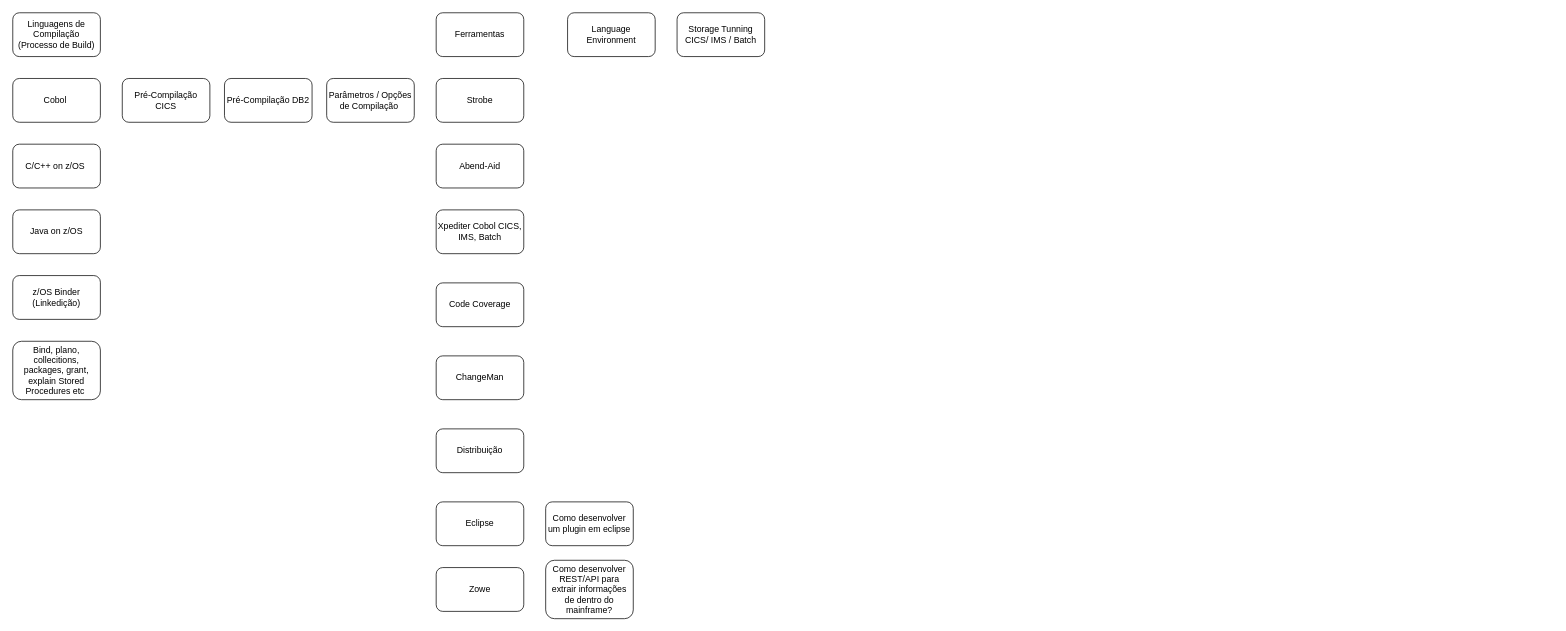
This is Untitled Diagram.drawio from dcelias/mainframe-things, a draw.io file, before an edit. Source tidied: cells renumbered, new cells numbered last; positions are measured from the earlier drawing's top-left corner, leaving out a move shared by most shapes. Both pictures are drawn from the tidied source at 73%, with x=0, y=0 at pixel (12, 12).
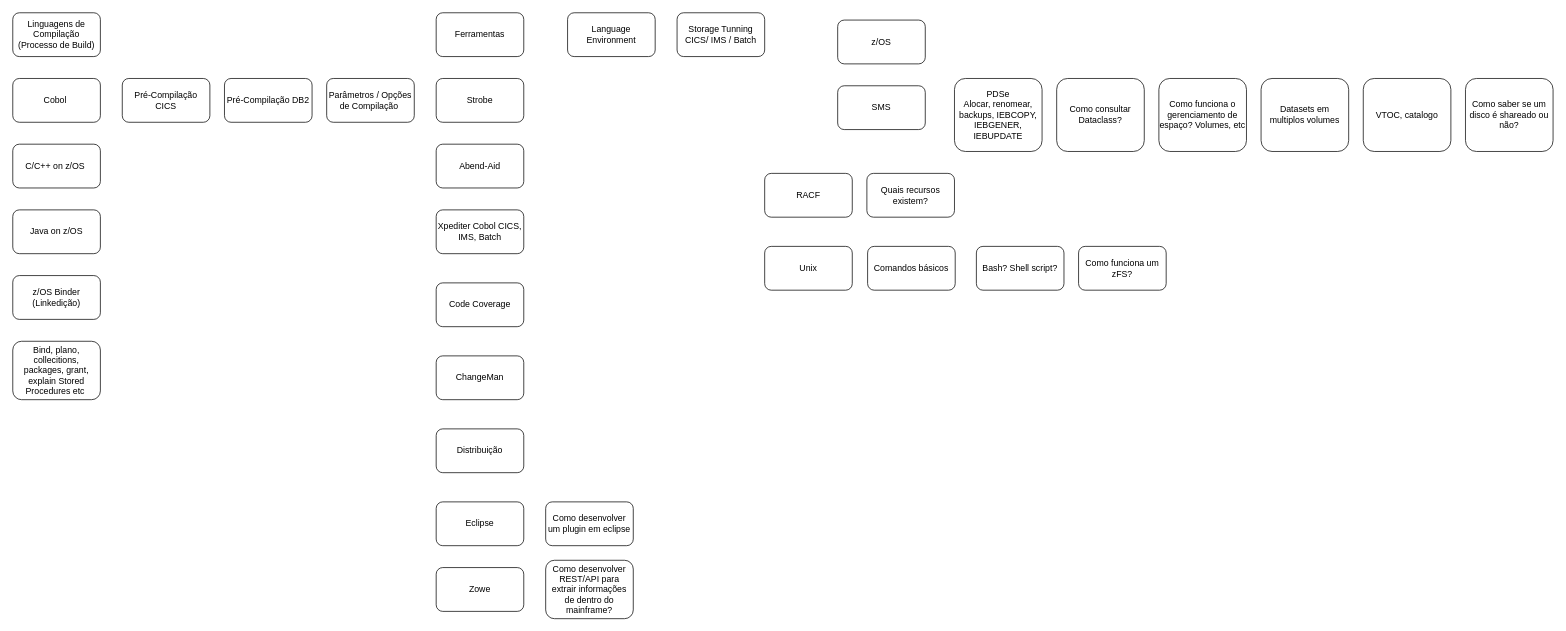
Above is the later version.

Diff of the diagram source:
```diff
@@
+    <mxCell id="24" value="z/OS" style="rounded=1;whiteSpace=wrap;html=1;" parent="1" vertex="1">
+      <mxGeometry x="1130" y="10" width="120" height="60" as="geometry" />
+    </mxCell>
+    <mxCell id="25" value="PDSe&lt;br&gt;Alocar, renomear, backups, IEBCOPY, IEBGENER, IEBUPDATE" style="rounded=1;whiteSpace=wrap;html=1;" parent="1" vertex="1">
+      <mxGeometry x="1290" y="90" width="120" height="100" as="geometry" />
+    </mxCell>
+    <mxCell id="26" value="Como consultar Dataclass?" style="rounded=1;whiteSpace=wrap;html=1;" parent="1" vertex="1">
+      <mxGeometry x="1430" y="90" width="120" height="100" as="geometry" />
+    </mxCell>
+    <mxCell id="27" value="SMS" style="rounded=1;whiteSpace=wrap;html=1;" parent="1" vertex="1">
+      <mxGeometry x="1130" y="100" width="120" height="60" as="geometry" />
+    </mxCell>
+    <mxCell id="28" value="RACF" style="rounded=1;whiteSpace=wrap;html=1;" parent="1" vertex="1">
+      <mxGeometry x="1030" y="220" width="120" height="60" as="geometry" />
+    </mxCell>
+    <mxCell id="29" value="Quais recursos existem?" style="rounded=1;whiteSpace=wrap;html=1;" parent="1" vertex="1">
+      <mxGeometry x="1170" y="220" width="120" height="60" as="geometry" />
+    </mxCell>
+    <mxCell id="30" value="Como funciona o gerenciamento de espaço? Volumes, etc" style="rounded=1;whiteSpace=wrap;html=1;" parent="1" vertex="1">
+      <mxGeometry x="1570" y="90" width="120" height="100" as="geometry" />
+    </mxCell>
+    <mxCell id="31" value="Datasets em multiplos volumes" style="rounded=1;whiteSpace=wrap;html=1;" parent="1" vertex="1">
+      <mxGeometry x="1710" y="90" width="120" height="100" as="geometry" />
+    </mxCell>
+    <mxCell id="32" value="VTOC, catalogo" style="rounded=1;whiteSpace=wrap;html=1;" parent="1" vertex="1">
+      <mxGeometry x="1850" y="90" width="120" height="100" as="geometry" />
+    </mxCell>
+    <mxCell id="33" value="Como saber se um disco é shareado ou não?" style="rounded=1;whiteSpace=wrap;html=1;" parent="1" vertex="1">
+      <mxGeometry x="1990" y="90" width="120" height="100" as="geometry" />
+    </mxCell>
+    <mxCell id="34" value="Unix" style="rounded=1;whiteSpace=wrap;html=1;" parent="1" vertex="1">
+      <mxGeometry x="1030" y="320" width="120" height="60" as="geometry" />
+    </mxCell>
+    <mxCell id="35" value="Comandos básicos" style="rounded=1;whiteSpace=wrap;html=1;" parent="1" vertex="1">
+      <mxGeometry x="1171" y="320" width="120" height="60" as="geometry" />
+    </mxCell>
+    <mxCell id="36" value="Bash? Shell script?" style="rounded=1;whiteSpace=wrap;html=1;" parent="1" vertex="1">
+      <mxGeometry x="1320" y="320" width="120" height="60" as="geometry" />
+    </mxCell>
+    <mxCell id="37" value="Como funciona um zFS?" style="rounded=1;whiteSpace=wrap;html=1;" parent="1" vertex="1">
+      <mxGeometry x="1460" y="320" width="120" height="60" as="geometry" />
+    </mxCell>
```
